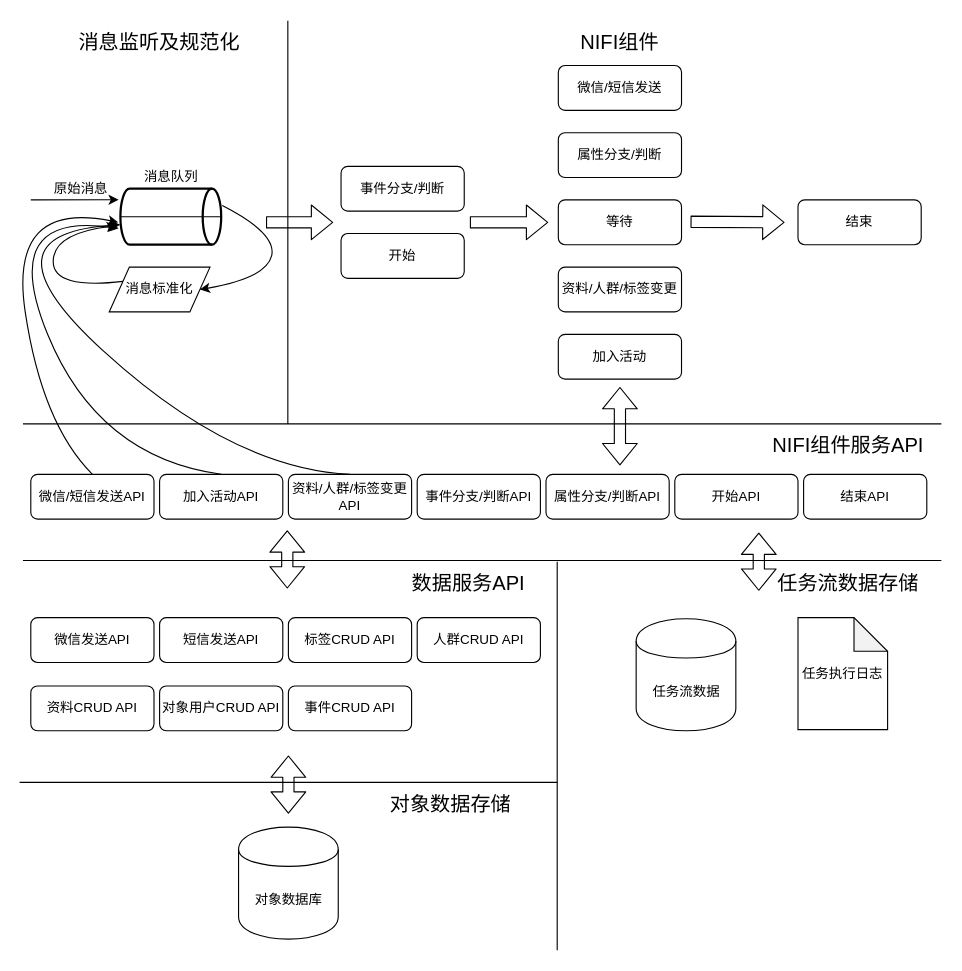
Above: MA_msg_data_flow.drawio in superjoeye/adhoc (draw.io), before the change. Source tidied: cells renumbered, new cells numbered last; positions are measured from the earlier drawing's top-left corner, leaving out a move shared by most shapes. Both pictures are drawn from the tidied source at 112%, with x=0, y=0 at pixel (-26, 20).
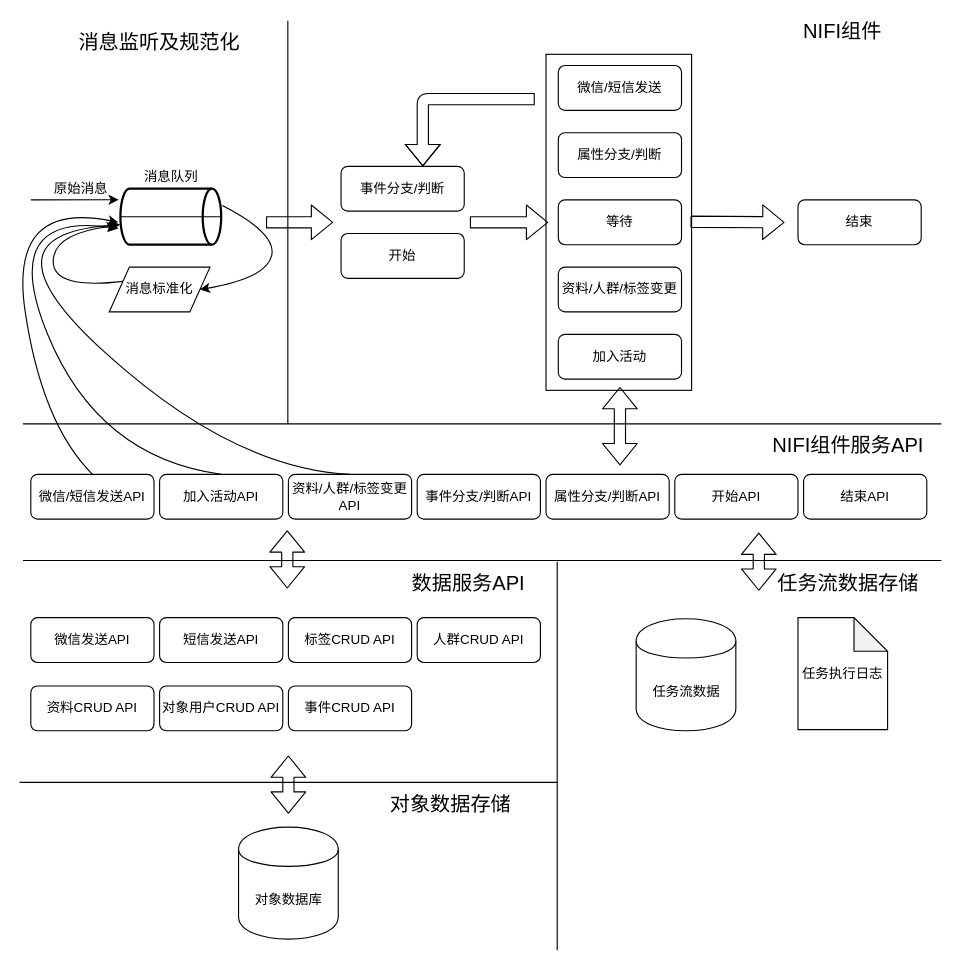
After the change.

Unchanged cells that the change refers to:
```xml
<mxCell id="12" value="事件分支/判断" style="rounded=1;whiteSpace=wrap;html=1;" parent="1" vertex="1">
  <mxGeometry x="327" y="130" width="110" height="40" as="geometry" />
</mxCell>
```

Diff of the diagram source:
```diff
@@
+    <mxCell id="57" style="rounded=0;whiteSpace=wrap;html=1;" parent="1" vertex="1">
+      <mxGeometry x="510" y="30" width="130" height="300" as="geometry" />
+    </mxCell>
@@
     <mxCell id="44" value="&lt;font style=&quot;font-size: 18px&quot;&gt;NIFI组件&lt;/font&gt;" style="text;html=1;strokeColor=none;fillColor=none;align=center;verticalAlign=middle;whiteSpace=wrap;rounded=0;" parent="1" vertex="1">
-      <mxGeometry x="496" y="10" width="160" height="20" as="geometry" />
+      <mxGeometry x="695" width="160" height="20" as="geometry" />
     </mxCell>
@@
+    <mxCell id="58" style="shape=flexArrow;endArrow=classic;html=1;entryX=0.664;entryY=0;entryDx=0;entryDy=0;entryPerimeter=0;" parent="1" edge="1" target="12">
+      <mxGeometry relative="1" as="geometry">
+        <mxPoint x="500" y="70" as="sourcePoint" />
+        <Array as="points">
+          <mxPoint x="400" y="70" />
+        </Array>
+      </mxGeometry>
+    </mxCell>
```
